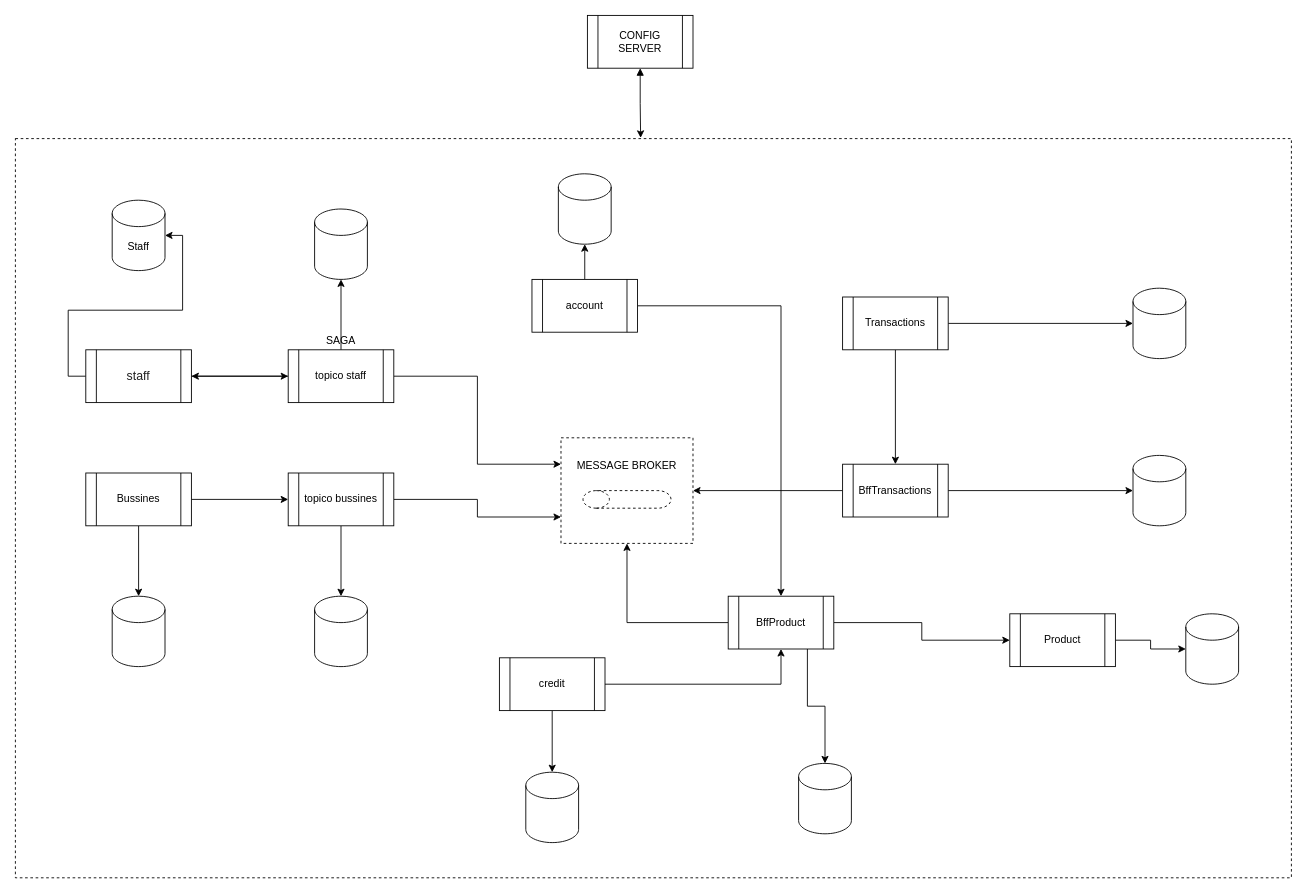
The draw.io diagram Modelo Caso 01 - Bootcamp.drawio in jhoss64gEveris/bootCamp-microservice, before the edit. Source tidied: cells renumbered, new cells numbered last; positions are measured from the earlier drawing's top-left corner, leaving out a move shared by most shapes. Both pictures are drawn from the tidied source at 88%, with x=0, y=0 at pixel (15, 15).
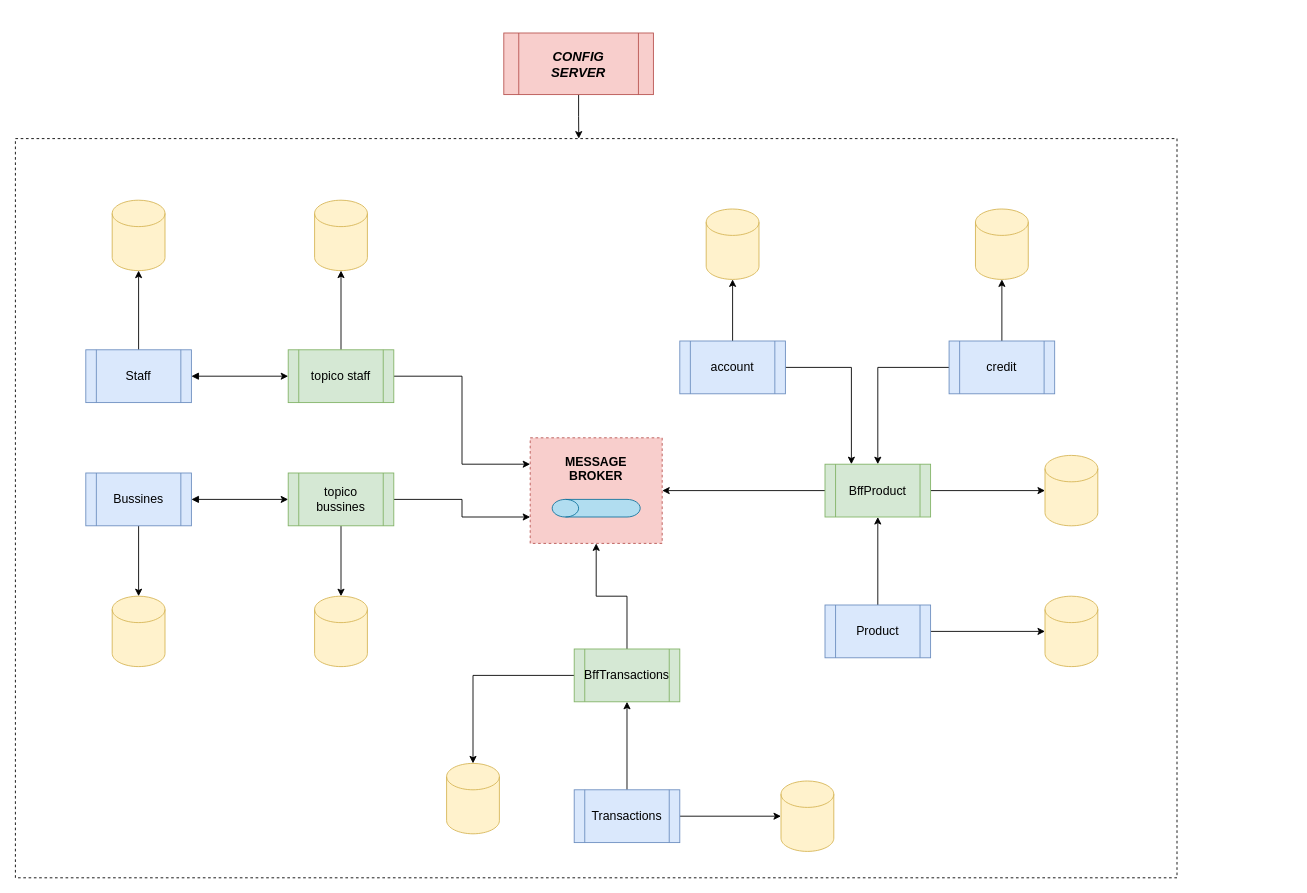
The same diagram, later.

What changed in the source:
```diff
@@
     <mxCell id="2" style="rounded=0;whiteSpace=wrap;html=1;dashed=1;" parent="1" vertex="1">
-      <mxGeometry y="140" width="1450" height="840" as="geometry" />
+      <mxGeometry y="140" width="1320" height="840" as="geometry" />
     </mxCell>
-    <mxCell id="3" style="edgeStyle=orthogonalEdgeStyle;rounded=0;jettySize=auto;html=1;exitX=0;exitY=0.5;exitDx=0;exitDy=0;entryX=1;entryY=0.5;entryDx=0;entryDy=0;entryPerimeter=0;" parent="1" edge="1" source="5" target="15">
-      <mxGeometry relative="1" as="geometry" />
-    </mxCell>
-    <mxCell id="4" style="edgeStyle=orthogonalEdgeStyle;rounded=0;jettySize=auto;html=1;entryX=0;entryY=0.5;entryDx=0;entryDy=0;" parent="1" edge="1" source="5" target="39">
-      <mxGeometry relative="1" as="geometry" />
-    </mxCell>
-    <mxCell id="5" value="&lt;span style=&quot;color: rgb(34 , 34 , 34) ; font-family: &amp;#34;arial&amp;#34; , sans-serif ; font-size: 14px ; background-color: rgb(255 , 255 , 255)&quot;&gt;staff&lt;/span&gt;" style="shape=process;whiteSpace=wrap;html=1;backgroundOutline=1;" parent="1" vertex="1">
-      <mxGeometry x="80" y="380" width="120" height="60" as="geometry" />
-    </mxCell>
@@
-    <mxCell id="8" value="BffTransactions" style="shape=process;whiteSpace=wrap;html=1;backgroundOutline=1;" parent="1" vertex="1">
-      <mxGeometry x="940" y="510" width="120" height="60" as="geometry" />
+    <mxCell id="8" value="BffTransactions" style="shape=process;whiteSpace=wrap;html=1;backgroundOutline=1;fillColor=#d5e8d4;strokeColor=#82b366;fontSize=14;" parent="1" vertex="1">
+      <mxGeometry x="635" y="720" width="120" height="60" as="geometry" />
     </mxCell>
-    <mxCell id="9" style="edgeStyle=orthogonalEdgeStyle;rounded=0;jettySize=auto;html=1;" parent="1" edge="1" source="11" target="26">
+    <mxCell id="9" style="edgeStyle=orthogonalEdgeStyle;rounded=0;jettySize=auto;html=1;entryX=0.25;entryY=0;entryDx=0;entryDy=0;" parent="1" edge="1" source="11" target="26">
       <mxGeometry relative="1" as="geometry" />
     </mxCell>
@@
-    <mxCell id="11" value="account" style="shape=process;whiteSpace=wrap;html=1;backgroundOutline=1;" parent="1" vertex="1">
-      <mxGeometry x="587" y="300" width="120" height="60" as="geometry" />
+    <mxCell id="11" value="account" style="shape=process;whiteSpace=wrap;html=1;backgroundOutline=1;fillColor=#dae8fc;strokeColor=#6c8ebf;fontSize=14;" parent="1" vertex="1">
+      <mxGeometry x="755" y="370" width="120" height="60" as="geometry" />
     </mxCell>
+    <mxCell id="13" style="edgeStyle=orthogonalEdgeStyle;rounded=0;jettySize=auto;html=1;fontSize=14;startArrow=none;startFill=0;" parent="1" edge="1" source="14" target="26">
+      <mxGeometry relative="1" as="geometry" />
+    </mxCell>
-    <mxCell id="12" style="edgeStyle=orthogonalEdgeStyle;rounded=0;jettySize=auto;html=1;exitX=0.5;exitY=1;exitDx=0;exitDy=0;entryX=0.5;entryY=0;entryDx=0;entryDy=0;entryPerimeter=0;" parent="1" edge="1" source="14" target="19">
+    <mxCell id="12" style="edgeStyle=orthogonalEdgeStyle;rounded=0;jettySize=auto;html=1;fontSize=14;startArrow=none;startFill=0;" parent="1" edge="1" source="14" target="19">
       <mxGeometry relative="1" as="geometry" />
     </mxCell>
-    <mxCell id="13" style="edgeStyle=orthogonalEdgeStyle;rounded=0;jettySize=auto;html=1;" parent="1" edge="1" source="14" target="26">
-      <mxGeometry relative="1" as="geometry" />
-    </mxCell>
-    <mxCell id="14" value="credit" style="shape=process;whiteSpace=wrap;html=1;backgroundOutline=1;" parent="1" vertex="1">
-      <mxGeometry x="550" y="730" width="120" height="60" as="geometry" />
+    <mxCell id="14" value="credit" style="shape=process;whiteSpace=wrap;html=1;backgroundOutline=1;fillColor=#dae8fc;strokeColor=#6c8ebf;fontSize=14;" parent="1" vertex="1">
+      <mxGeometry x="1061" y="370" width="120" height="60" as="geometry" />
     </mxCell>
-    <mxCell id="15" value="Staff" style="shape=cylinder3;whiteSpace=wrap;html=1;boundedLbl=1;backgroundOutline=1;size=15;" parent="1" vertex="1">
+    <mxCell id="15" style="shape=cylinder3;whiteSpace=wrap;html=1;boundedLbl=1;backgroundOutline=1;size=15;fillColor=#fff2cc;strokeColor=#d6b656;" parent="1" vertex="1">
       <mxGeometry x="110" y="210" width="60" height="80" as="geometry" />
     </mxCell>
-    <mxCell id="16" style="shape=cylinder3;whiteSpace=wrap;html=1;boundedLbl=1;backgroundOutline=1;size=15;" parent="1" vertex="1">
+    <mxCell id="16" style="shape=cylinder3;whiteSpace=wrap;html=1;boundedLbl=1;backgroundOutline=1;size=15;fillColor=#fff2cc;strokeColor=#d6b656;" parent="1" vertex="1">
       <mxGeometry x="110" y="660" width="60" height="80" as="geometry" />
     </mxCell>
-    <mxCell id="17" style="shape=cylinder3;whiteSpace=wrap;html=1;boundedLbl=1;backgroundOutline=1;size=15;" parent="1" vertex="1">
-      <mxGeometry x="1270" y="500" width="60" height="80" as="geometry" />
+    <mxCell id="17" style="shape=cylinder3;whiteSpace=wrap;html=1;boundedLbl=1;backgroundOutline=1;size=15;fillColor=#fff2cc;strokeColor=#d6b656;" parent="1" vertex="1">
+      <mxGeometry x="490" y="850" width="60" height="80" as="geometry" />
     </mxCell>
-    <mxCell id="18" style="shape=cylinder3;whiteSpace=wrap;html=1;boundedLbl=1;backgroundOutline=1;size=15;" parent="1" vertex="1">
-      <mxGeometry x="617" y="180" width="60" height="80" as="geometry" />
+    <mxCell id="18" style="shape=cylinder3;whiteSpace=wrap;html=1;boundedLbl=1;backgroundOutline=1;size=15;fillColor=#fff2cc;strokeColor=#d6b656;" parent="1" vertex="1">
+      <mxGeometry x="785" y="220" width="60" height="80" as="geometry" />
     </mxCell>
-    <mxCell id="19" style="shape=cylinder3;whiteSpace=wrap;html=1;boundedLbl=1;backgroundOutline=1;size=15;" parent="1" vertex="1">
-      <mxGeometry x="580" y="860" width="60" height="80" as="geometry" />
+    <mxCell id="19" style="shape=cylinder3;whiteSpace=wrap;html=1;boundedLbl=1;backgroundOutline=1;size=15;fillColor=#fff2cc;strokeColor=#d6b656;" parent="1" vertex="1">
+      <mxGeometry x="1091" y="220" width="60" height="80" as="geometry" />
     </mxCell>
@@
-    <mxCell id="21" style="edgeStyle=orthogonalEdgeStyle;rounded=0;jettySize=auto;html=1;" parent="1" edge="1" source="22" target="43">
+    <mxCell id="21" style="edgeStyle=orthogonalEdgeStyle;rounded=0;jettySize=auto;html=1;entryX=0;entryY=0.5;entryDx=0;entryDy=0;startArrow=block;startFill=1;" parent="1" edge="1" source="22" target="43">
       <mxGeometry relative="1" as="geometry" />
     </mxCell>
-    <mxCell id="22" value="Bussines" style="shape=process;whiteSpace=wrap;html=1;backgroundOutline=1;" parent="1" vertex="1">
+    <mxCell id="22" value="Bussines" style="shape=process;whiteSpace=wrap;html=1;backgroundOutline=1;fillColor=#dae8fc;strokeColor=#6c8ebf;fontSize=14;" parent="1" vertex="1">
       <mxGeometry x="80" y="520" width="120" height="60" as="geometry" />
     </mxCell>
-    <mxCell id="23" style="edgeStyle=orthogonalEdgeStyle;rounded=0;jettySize=auto;html=1;exitX=0.75;exitY=1;exitDx=0;exitDy=0;" parent="1" edge="1" source="26" target="27">
+    <mxCell id="23" style="edgeStyle=orthogonalEdgeStyle;rounded=0;jettySize=auto;html=1;exitX=1;exitY=0.5;exitDx=0;exitDy=0;" parent="1" edge="1" source="26" target="27">
       <mxGeometry relative="1" as="geometry" />
     </mxCell>
-    <mxCell id="24" style="edgeStyle=orthogonalEdgeStyle;rounded=0;jettySize=auto;html=1;" parent="1" edge="1" source="26" target="29">
-      <mxGeometry relative="1" as="geometry" />
-    </mxCell>
@@
-    <mxCell id="26" value="BffProduct" style="shape=process;whiteSpace=wrap;html=1;backgroundOutline=1;" parent="1" vertex="1">
-      <mxGeometry x="810" y="660" width="120" height="60" as="geometry" />
+    <mxCell id="26" value="BffProduct" style="shape=process;whiteSpace=wrap;html=1;backgroundOutline=1;fillColor=#d5e8d4;strokeColor=#82b366;fontSize=14;" parent="1" vertex="1">
+      <mxGeometry x="920" y="510" width="120" height="60" as="geometry" />
     </mxCell>
-    <mxCell id="27" style="shape=cylinder3;whiteSpace=wrap;html=1;boundedLbl=1;backgroundOutline=1;size=15;" parent="1" vertex="1">
-      <mxGeometry x="890" y="850" width="60" height="80" as="geometry" />
+    <mxCell id="27" style="shape=cylinder3;whiteSpace=wrap;html=1;boundedLbl=1;backgroundOutline=1;size=15;fillColor=#fff2cc;strokeColor=#d6b656;" parent="1" vertex="1">
+      <mxGeometry x="1170" y="500" width="60" height="80" as="geometry" />
     </mxCell>
@@
+    <mxCell id="49" style="edgeStyle=orthogonalEdgeStyle;rounded=0;jettySize=auto;html=1;fontSize=14;startArrow=none;startFill=0;" parent="1" edge="1" source="29" target="26">
+      <mxGeometry relative="1" as="geometry" />
+    </mxCell>
-    <mxCell id="29" value="Product" style="shape=process;whiteSpace=wrap;html=1;backgroundOutline=1;" parent="1" vertex="1">
-      <mxGeometry x="1130" y="680" width="120" height="60" as="geometry" />
+    <mxCell id="29" value="Product" style="shape=process;whiteSpace=wrap;html=1;backgroundOutline=1;fillColor=#dae8fc;strokeColor=#6c8ebf;fontSize=14;" parent="1" vertex="1">
+      <mxGeometry x="920" y="670" width="120" height="60" as="geometry" />
     </mxCell>
-    <mxCell id="30" style="shape=cylinder3;whiteSpace=wrap;html=1;boundedLbl=1;backgroundOutline=1;size=15;" parent="1" vertex="1">
-      <mxGeometry x="1330" y="680" width="60" height="80" as="geometry" />
+    <mxCell id="30" style="shape=cylinder3;whiteSpace=wrap;html=1;boundedLbl=1;backgroundOutline=1;size=15;fillColor=#fff2cc;strokeColor=#d6b656;" parent="1" vertex="1">
+      <mxGeometry x="1170" y="660" width="60" height="80" as="geometry" />
     </mxCell>
@@
-    <mxCell id="33" value="Transactions" style="shape=process;whiteSpace=wrap;html=1;backgroundOutline=1;" parent="1" vertex="1">
-      <mxGeometry x="940" y="320" width="120" height="60" as="geometry" />
+    <mxCell id="33" value="Transactions" style="shape=process;whiteSpace=wrap;html=1;backgroundOutline=1;fillColor=#dae8fc;strokeColor=#6c8ebf;fontSize=14;" parent="1" vertex="1">
+      <mxGeometry x="635" y="880" width="120" height="60" as="geometry" />
     </mxCell>
-    <mxCell id="34" style="shape=cylinder3;whiteSpace=wrap;html=1;boundedLbl=1;backgroundOutline=1;size=15;" parent="1" vertex="1">
-      <mxGeometry x="1270" y="310" width="60" height="80" as="geometry" />
+    <mxCell id="34" style="shape=cylinder3;whiteSpace=wrap;html=1;boundedLbl=1;backgroundOutline=1;size=15;fillColor=#fff2cc;strokeColor=#d6b656;" parent="1" vertex="1">
+      <mxGeometry x="870" y="870" width="60" height="80" as="geometry" />
     </mxCell>
-    <mxCell id="35" value="MESSAGE BROKER&lt;br&gt;&lt;br&gt;&lt;br&gt;&lt;br&gt;&lt;br&gt;" style="rounded=0;whiteSpace=wrap;html=1;dashed=1;" parent="1" vertex="1">
-      <mxGeometry x="620" y="480" width="150" height="120" as="geometry" />
+    <mxCell id="35" value="MESSAGE&lt;br&gt;BROKER&lt;br style=&quot;font-size: 14px&quot;&gt;&lt;br style=&quot;font-size: 14px&quot;&gt;&lt;br style=&quot;font-size: 14px&quot;&gt;&lt;br style=&quot;font-size: 14px&quot;&gt;" style="rounded=0;whiteSpace=wrap;html=1;dashed=1;fillColor=#f8cecc;strokeColor=#b85450;fontStyle=1;fontSize=14;" parent="1" vertex="1">
+      <mxGeometry x="585" y="480" width="150" height="120" as="geometry" />
     </mxCell>
@@
-    <mxCell id="37" style="edgeStyle=orthogonalEdgeStyle;rounded=0;jettySize=auto;html=1;" parent="1" edge="1" source="39" target="5">
-      <mxGeometry relative="1" as="geometry" />
-    </mxCell>
@@
-    <mxCell id="39" value="topico staff" style="shape=process;whiteSpace=wrap;html=1;backgroundOutline=1;" parent="1" vertex="1">
+    <mxCell id="39" value="topico staff" style="shape=process;whiteSpace=wrap;html=1;backgroundOutline=1;fillColor=#d5e8d4;strokeColor=#82b366;fontSize=14;" parent="1" vertex="1">
       <mxGeometry x="310" y="380" width="120" height="60" as="geometry" />
     </mxCell>
-    <mxCell id="40" style="shape=cylinder3;whiteSpace=wrap;html=1;boundedLbl=1;backgroundOutline=1;size=15;dashed=1;rotation=-90;" parent="1" vertex="1">
-      <mxGeometry x="685" y="500" width="20" height="100" as="geometry" />
+    <mxCell id="40" style="shape=cylinder3;whiteSpace=wrap;html=1;boundedLbl=1;backgroundOutline=1;size=15;rotation=-90;fillColor=#b1ddf0;strokeColor=#10739e;" parent="1" vertex="1">
+      <mxGeometry x="650" y="510" width="20" height="100" as="geometry" />
     </mxCell>
@@
-    <mxCell id="43" value="topico bussines" style="shape=process;whiteSpace=wrap;html=1;backgroundOutline=1;" parent="1" vertex="1">
+    <mxCell id="43" value="topico bussines" style="shape=process;whiteSpace=wrap;html=1;backgroundOutline=1;fillColor=#d5e8d4;strokeColor=#82b366;fontSize=14;" parent="1" vertex="1">
       <mxGeometry x="310" y="520" width="120" height="60" as="geometry" />
     </mxCell>
-    <mxCell id="44" value="SAGA" style="text;html=1;strokeColor=none;fillColor=none;align=center;verticalAlign=middle;whiteSpace=wrap;rounded=0;dashed=1;" parent="1" vertex="1">
-      <mxGeometry x="350" y="360" width="40" height="20" as="geometry" />
-    </mxCell>
-    <mxCell id="45" style="shape=cylinder3;whiteSpace=wrap;html=1;boundedLbl=1;backgroundOutline=1;size=15;" parent="1" vertex="1">
-      <mxGeometry x="340" y="220" width="60" height="80" as="geometry" />
+    <mxCell id="45" style="shape=cylinder3;whiteSpace=wrap;html=1;boundedLbl=1;backgroundOutline=1;size=15;fillColor=#fff2cc;strokeColor=#d6b656;" parent="1" vertex="1">
+      <mxGeometry x="340" y="210" width="60" height="80" as="geometry" />
     </mxCell>
-    <mxCell id="46" style="shape=cylinder3;whiteSpace=wrap;html=1;boundedLbl=1;backgroundOutline=1;size=15;" parent="1" vertex="1">
+    <mxCell id="46" style="shape=cylinder3;whiteSpace=wrap;html=1;boundedLbl=1;backgroundOutline=1;size=15;fillColor=#fff2cc;strokeColor=#d6b656;" parent="1" vertex="1">
       <mxGeometry x="340" y="660" width="60" height="80" as="geometry" />
     </mxCell>
-    <mxCell id="47" style="edgeStyle=orthogonalEdgeStyle;rounded=0;jettySize=auto;html=1;entryX=0.49;entryY=-0.001;entryDx=0;entryDy=0;entryPerimeter=0;startArrow=block;startFill=1;" parent="1" edge="1" source="48" target="2">
+    <mxCell id="47" style="edgeStyle=orthogonalEdgeStyle;rounded=0;jettySize=auto;html=1;entryX=0.485;entryY=0;entryDx=0;entryDy=0;entryPerimeter=0;startArrow=none;startFill=0;" parent="1" edge="1" source="48" target="2">
       <mxGeometry relative="1" as="geometry" />
     </mxCell>
-    <mxCell id="48" value="CONFIG SERVER" style="shape=process;whiteSpace=wrap;html=1;backgroundOutline=1;" parent="1" vertex="1">
-      <mxGeometry x="650" width="120" height="60" as="geometry" />
+    <mxCell id="48" value="CONFIG &lt;br&gt;SERVER" style="shape=process;whiteSpace=wrap;html=1;backgroundOutline=1;fillColor=#f8cecc;strokeColor=#b85450;fontStyle=3;fontSize=15;" parent="1" vertex="1">
+      <mxGeometry x="555" y="20" width="170" height="70" as="geometry" />
     </mxCell>
+    <mxCell id="50" style="edgeStyle=orthogonalEdgeStyle;rounded=0;jettySize=auto;html=1;startArrow=block;startFill=1;" parent="1" edge="1" source="52" target="39">
+      <mxGeometry relative="1" as="geometry" />
+    </mxCell>
+    <mxCell id="51" style="edgeStyle=orthogonalEdgeStyle;rounded=0;jettySize=auto;html=1;startArrow=none;startFill=0;" parent="1" edge="1" source="52" target="15">
+      <mxGeometry relative="1" as="geometry" />
+    </mxCell>
+    <mxCell id="52" value="Staff" style="shape=process;whiteSpace=wrap;html=1;backgroundOutline=1;fillColor=#dae8fc;strokeColor=#6c8ebf;fontSize=14;" parent="1" vertex="1">
+      <mxGeometry x="80" y="380" width="120" height="60" as="geometry" />
+    </mxCell>
```
